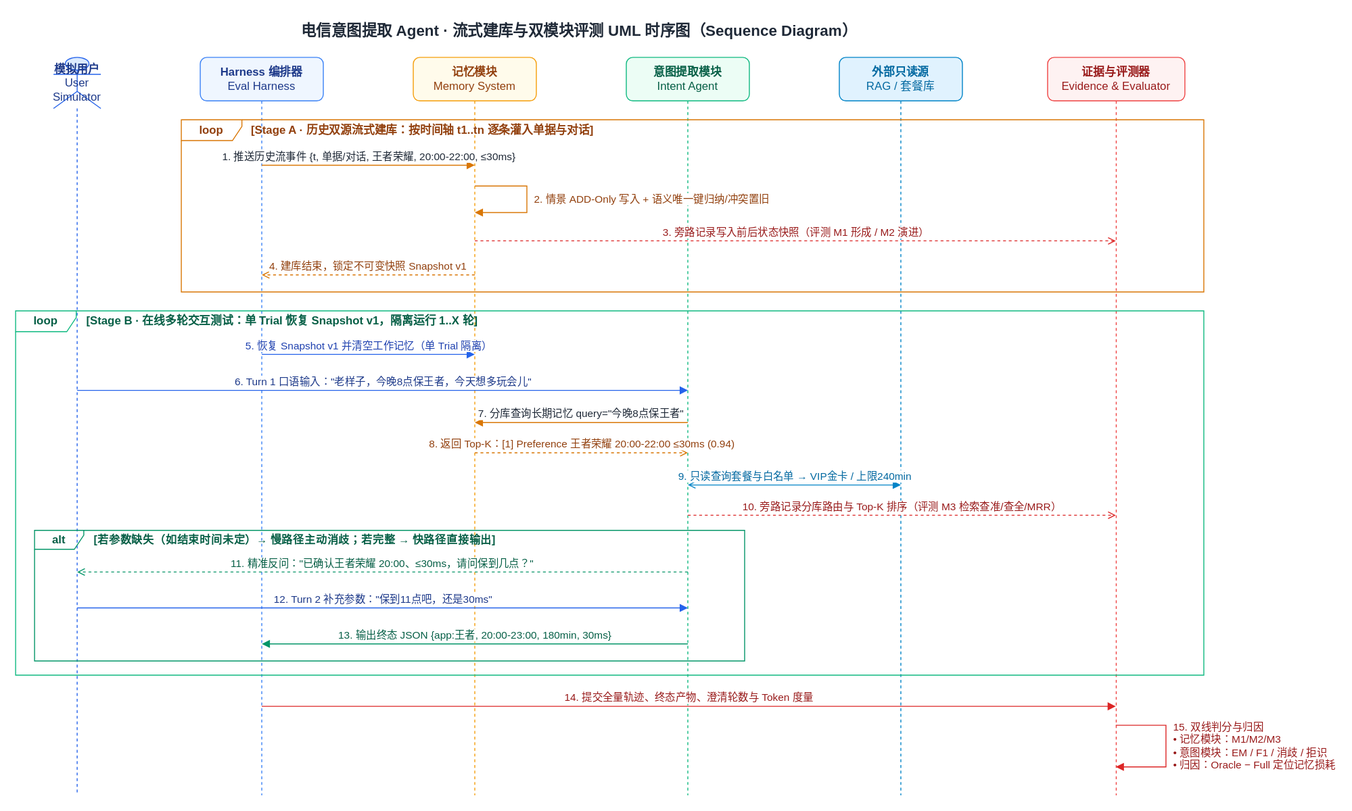
Before: slides/excalidraw_notes/drawio/eval_run_uml_sequence.drawio.svg, a diagram exported from draw.io (wangbanjin1/sharing). Source tidied: cells renumbered, new cells last; positions are measured from the earlier drawing's top-left corner, leaving out a move shared by most shapes.
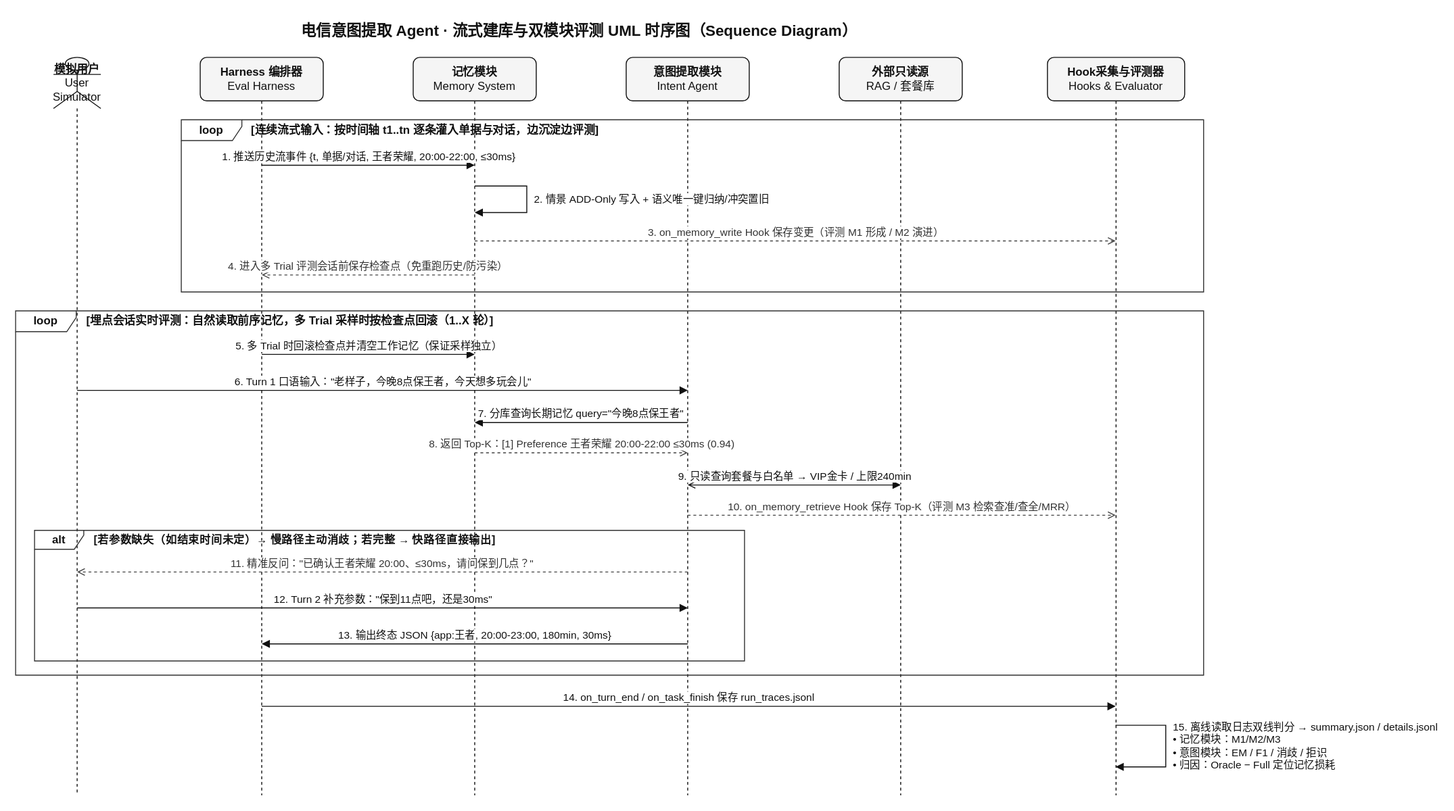
After the commit.

Commit message:
docs(eval): align Eval Run modular design with 13-item eval matrix, Hook tracing, checkpoint pass@k/pass^k, and monochrome draw.io diagrams

Change to the diagram source:
```diff
@@ -2,40 +2,40 @@
   <root>
     <mxCell id="0" />
     <mxCell id="1" parent="0" />
-    <mxCell id="2" value="&lt;b&gt;电信意图提取 Agent · 流式建库与双模块评测 UML 时序图（Sequence Diagram）&lt;/b&gt;" style="text;html=1;align=center;verticalAlign=middle;fontSize=16;fontColor=#1F2937;" parent="1" vertex="1">
+    <mxCell id="2" value="&lt;b&gt;电信意图提取 Agent · 流式建库与双模块评测 UML 时序图（Sequence Diagram）&lt;/b&gt;" style="text;html=1;align=center;verticalAlign=middle;fontSize=16;fontColor=#111111;" parent="1" vertex="1">
       <mxGeometry x="185" width="820" height="32" as="geometry" />
     </mxCell>
-    <mxCell id="3" value="&lt;b&gt;模拟用户&lt;/b&gt;&lt;br&gt;User Simulator" style="shape=umlLifeline;perimeter=lifelinePerimeter;whiteSpace=wrap;html=1;participant=umlActor;size=54;fillColor=#DBEAFE;strokeColor=#2563EB;fontColor=#1E3A8A;" parent="1" vertex="1">
+    <mxCell id="3" value="&lt;b&gt;模拟用户&lt;/b&gt;&lt;br&gt;User Simulator" style="shape=umlLifeline;perimeter=lifelinePerimeter;whiteSpace=wrap;html=1;participant=umlActor;size=54;fillColor=#F5F5F5;strokeColor=#111111;fontColor=#111111;" parent="1" vertex="1">
       <mxGeometry x="40" y="44" width="50" height="780" as="geometry" />
     </mxCell>
-    <mxCell id="4" value="&lt;b&gt;Harness 编排器&lt;/b&gt;&lt;br&gt;Eval Harness" style="shape=umlLifeline;perimeter=lifelinePerimeter;whiteSpace=wrap;html=1;size=46;rounded=1;fillColor=#EFF6FF;strokeColor=#3B82F6;fontColor=#1E3A8A;" parent="1" vertex="1">
+    <mxCell id="4" value="&lt;b&gt;Harness 编排器&lt;/b&gt;&lt;br&gt;Eval Harness" style="shape=umlLifeline;perimeter=lifelinePerimeter;whiteSpace=wrap;html=1;size=46;rounded=1;fillColor=#F5F5F5;strokeColor=#111111;fontColor=#111111;" parent="1" vertex="1">
       <mxGeometry x="195" y="44" width="130" height="780" as="geometry" />
     </mxCell>
-    <mxCell id="5" value="&lt;b&gt;记忆模块&lt;/b&gt;&lt;br&gt;Memory System" style="shape=umlLifeline;perimeter=lifelinePerimeter;whiteSpace=wrap;html=1;size=46;rounded=1;fillColor=#FFFBEB;strokeColor=#F59E0B;fontColor=#92400E;" parent="1" vertex="1">
+    <mxCell id="5" value="&lt;b&gt;记忆模块&lt;/b&gt;&lt;br&gt;Memory System" style="shape=umlLifeline;perimeter=lifelinePerimeter;whiteSpace=wrap;html=1;size=46;rounded=1;fillColor=#F5F5F5;strokeColor=#111111;fontColor=#111111;" parent="1" vertex="1">
       <mxGeometry x="420" y="44" width="130" height="780" as="geometry" />
     </mxCell>
-    <mxCell id="6" value="&lt;b&gt;意图提取模块&lt;/b&gt;&lt;br&gt;Intent Agent" style="shape=umlLifeline;perimeter=lifelinePerimeter;whiteSpace=wrap;html=1;size=46;rounded=1;fillColor=#ECFDF5;strokeColor=#10B981;fontColor=#065F46;" parent="1" vertex="1">
+    <mxCell id="6" value="&lt;b&gt;意图提取模块&lt;/b&gt;&lt;br&gt;Intent Agent" style="shape=umlLifeline;perimeter=lifelinePerimeter;whiteSpace=wrap;html=1;size=46;rounded=1;fillColor=#F5F5F5;strokeColor=#111111;fontColor=#111111;" parent="1" vertex="1">
       <mxGeometry x="645" y="44" width="130" height="780" as="geometry" />
     </mxCell>
-    <mxCell id="7" value="&lt;b&gt;外部只读源&lt;/b&gt;&lt;br&gt;RAG / 套餐库" style="shape=umlLifeline;perimeter=lifelinePerimeter;whiteSpace=wrap;html=1;size=46;rounded=1;fillColor=#E0F2FE;strokeColor=#0284C7;fontColor=#0369A1;" parent="1" vertex="1">
+    <mxCell id="7" value="&lt;b&gt;外部只读源&lt;/b&gt;&lt;br&gt;RAG / 套餐库" style="shape=umlLifeline;perimeter=lifelinePerimeter;whiteSpace=wrap;html=1;size=46;rounded=1;fillColor=#F5F5F5;strokeColor=#111111;fontColor=#111111;" parent="1" vertex="1">
       <mxGeometry x="870" y="44" width="130" height="780" as="geometry" />
     </mxCell>
-    <mxCell id="8" value="&lt;b&gt;证据与评测器&lt;/b&gt;&lt;br&gt;Evidence &amp;amp; Evaluator" style="shape=umlLifeline;perimeter=lifelinePerimeter;whiteSpace=wrap;html=1;size=46;rounded=1;fillColor=#FEF2F2;strokeColor=#EF4444;fontColor=#991B1B;" parent="1" vertex="1">
+    <mxCell id="8" value="&lt;b&gt;Hook采集与评测器&lt;/b&gt;&lt;br&gt;Hooks &amp;amp; Evaluator" style="shape=umlLifeline;perimeter=lifelinePerimeter;whiteSpace=wrap;html=1;size=46;rounded=1;fillColor=#F5F5F5;strokeColor=#111111;fontColor=#111111;" parent="1" vertex="1">
       <mxGeometry x="1090" y="44" width="145" height="780" as="geometry" />
     </mxCell>
-    <mxCell id="9" value="loop" style="shape=umlFrame;whiteSpace=wrap;html=1;width=64;height=22;fillColor=none;strokeColor=#D97706;fontColor=#92400E;fontStyle=1;" parent="1" vertex="1">
+    <mxCell id="9" value="loop" style="shape=umlFrame;whiteSpace=wrap;html=1;width=64;height=22;fillColor=none;strokeColor=#333333;fontColor=#111111;fontStyle=1;" parent="1" vertex="1">
       <mxGeometry x="175" y="110" width="1080" height="182" as="geometry" />
     </mxCell>
-    <mxCell id="10" value="&lt;b&gt;[Stage A · 历史双源流式建库：按时间轴 t1..tn 逐条灌入单据与对话]&lt;/b&gt;" style="text;html=1;align=left;verticalAlign=middle;fontSize=12;fontColor=#92400E;" parent="1" vertex="1">
+    <mxCell id="10" value="&lt;b&gt;[连续流式输入：按时间轴 t1..tn 逐条灌入单据与对话，边沉淀边评测]&lt;/b&gt;" style="text;html=1;align=left;verticalAlign=middle;fontSize=12;fontColor=#111111;" parent="1" vertex="1">
       <mxGeometry x="247" y="110" width="460" height="22" as="geometry" />
     </mxCell>
-    <mxCell id="11" value="1. 推送历史流事件 {t, 单据/对话, 王者荣耀, 20:00-22:00, ≤30ms}" style="html=1;verticalAlign=bottom;endArrow=block;curved=0;rounded=0;strokeColor=#D97706;fontColor=#1F2937;" parent="1" edge="1">
+    <mxCell id="11" value="1. 推送历史流事件 {t, 单据/对话, 王者荣耀, 20:00-22:00, ≤30ms}" style="html=1;verticalAlign=bottom;endArrow=block;curved=0;rounded=0;strokeColor=#111111;fontColor=#111111;" parent="1" edge="1">
       <mxGeometry relative="1" as="geometry">
         <mxPoint x="260" y="158" as="sourcePoint" />
         <mxPoint x="485" y="158" as="targetPoint" />
       </mxGeometry>
     </mxCell>
-    <mxCell id="12" value="2. 情景 ADD-Only 写入 + 语义唯一键归纳/冲突置旧" style="html=1;align=left;spacingLeft=6;endArrow=block;curved=0;rounded=0;strokeColor=#D97706;fontColor=#92400E;" parent="1" edge="1">
+    <mxCell id="12" value="2. 情景 ADD-Only 写入 + 语义唯一键归纳/冲突置旧" style="html=1;align=left;spacingLeft=6;endArrow=block;curved=0;rounded=0;strokeColor=#111111;fontColor=#111111;" parent="1" edge="1">
       <mxGeometry relative="1" as="geometry">
         <mxPoint x="485" y="180" as="sourcePoint" />
         <mxPoint x="485" y="208" as="targetPoint" />
@@ -45,91 +45,91 @@
         </Array>
       </mxGeometry>
     </mxCell>
-    <mxCell id="13" value="3. 旁路记录写入前后状态快照（评测 M1 形成 / M2 演进）" style="html=1;verticalAlign=bottom;endArrow=open;dashed=1;curved=0;rounded=0;strokeColor=#DC2626;fontColor=#991B1B;" parent="1" edge="1">
+    <mxCell id="13" value="3. on_memory_write Hook 保存变更（评测 M1 形成 / M2 演进）" style="html=1;verticalAlign=bottom;endArrow=open;dashed=1;curved=0;rounded=0;strokeColor=#444444;fontColor=#333333;" parent="1" edge="1">
       <mxGeometry relative="1" as="geometry">
         <mxPoint x="485" y="238" as="sourcePoint" />
         <mxPoint x="1162" y="238" as="targetPoint" />
       </mxGeometry>
     </mxCell>
-    <mxCell id="14" value="4. 建库结束，锁定不可变快照 Snapshot v1" style="html=1;verticalAlign=bottom;endArrow=open;dashed=1;curved=0;rounded=0;strokeColor=#D97706;fontColor=#92400E;" parent="1" edge="1">
+    <mxCell id="14" value="4. 进入多 Trial 评测会话前保存检查点（免重跑历史/防污染）" style="html=1;verticalAlign=bottom;endArrow=open;dashed=1;curved=0;rounded=0;strokeColor=#444444;fontColor=#333333;" parent="1" edge="1">
       <mxGeometry relative="1" as="geometry">
         <mxPoint x="485" y="274" as="sourcePoint" />
         <mxPoint x="260" y="274" as="targetPoint" />
       </mxGeometry>
     </mxCell>
-    <mxCell id="15" value="loop" style="shape=umlFrame;whiteSpace=wrap;html=1;width=64;height=22;fillColor=none;strokeColor=#10B981;fontColor=#065F46;fontStyle=1;" parent="1" vertex="1">
+    <mxCell id="15" value="loop" style="shape=umlFrame;whiteSpace=wrap;html=1;width=64;height=22;fillColor=none;strokeColor=#333333;fontColor=#111111;fontStyle=1;" parent="1" vertex="1">
       <mxGeometry y="312" width="1255" height="385" as="geometry" />
     </mxCell>
-    <mxCell id="16" value="&lt;b&gt;[Stage B · 在线多轮交互测试：单 Trial 恢复 Snapshot v1，隔离运行 1..X 轮]&lt;/b&gt;" style="text;html=1;align=left;verticalAlign=middle;fontSize=12;fontColor=#065F46;" parent="1" vertex="1">
+    <mxCell id="16" value="&lt;b&gt;[埋点会话实时评测：自然读取前序记忆，多 Trial 采样时按检查点回滚（1..X 轮）]&lt;/b&gt;" style="text;html=1;align=left;verticalAlign=middle;fontSize=12;fontColor=#111111;" parent="1" vertex="1">
       <mxGeometry x="73" y="312" width="520" height="22" as="geometry" />
     </mxCell>
-    <mxCell id="17" value="5. 恢复 Snapshot v1 并清空工作记忆（单 Trial 隔离）" style="html=1;verticalAlign=bottom;endArrow=block;curved=0;rounded=0;strokeColor=#2563EB;fontColor=#1E40AF;" parent="1" edge="1">
+    <mxCell id="17" value="5. 多 Trial 时回滚检查点并清空工作记忆（保证采样独立）" style="html=1;verticalAlign=bottom;endArrow=block;curved=0;rounded=0;strokeColor=#111111;fontColor=#111111;" parent="1" edge="1">
       <mxGeometry relative="1" as="geometry">
         <mxPoint x="260" y="358" as="sourcePoint" />
         <mxPoint x="485" y="358" as="targetPoint" />
       </mxGeometry>
     </mxCell>
-    <mxCell id="18" value="6. Turn 1 口语输入：&quot;老样子，今晚8点保王者，今天想多玩会儿&quot;" style="html=1;verticalAlign=bottom;endArrow=block;curved=0;rounded=0;strokeColor=#2563EB;fontColor=#1E3A8A;" parent="1" edge="1">
+    <mxCell id="18" value="6. Turn 1 口语输入：&quot;老样子，今晚8点保王者，今天想多玩会儿&quot;" style="html=1;verticalAlign=bottom;endArrow=block;curved=0;rounded=0;strokeColor=#111111;fontColor=#111111;" parent="1" edge="1">
       <mxGeometry relative="1" as="geometry">
         <mxPoint x="65" y="396" as="sourcePoint" />
         <mxPoint x="710" y="396" as="targetPoint" />
       </mxGeometry>
     </mxCell>
-    <mxCell id="19" value="7. 分库查询长期记忆 query=&quot;今晚8点保王者&quot;" style="html=1;verticalAlign=bottom;endArrow=block;curved=0;rounded=0;strokeColor=#D97706;fontColor=#1F2937;" parent="1" edge="1">
+    <mxCell id="19" value="7. 分库查询长期记忆 query=&quot;今晚8点保王者&quot;" style="html=1;verticalAlign=bottom;endArrow=block;curved=0;rounded=0;strokeColor=#111111;fontColor=#111111;" parent="1" edge="1">
       <mxGeometry relative="1" as="geometry">
         <mxPoint x="710" y="430" as="sourcePoint" />
         <mxPoint x="485" y="430" as="targetPoint" />
       </mxGeometry>
     </mxCell>
-    <mxCell id="20" value="8. 返回 Top-K：[1] Preference 王者荣耀 20:00-22:00 ≤30ms (0.94)" style="html=1;verticalAlign=bottom;endArrow=open;dashed=1;curved=0;rounded=0;strokeColor=#D97706;fontColor=#92400E;" parent="1" edge="1">
+    <mxCell id="20" value="8. 返回 Top-K：[1] Preference 王者荣耀 20:00-22:00 ≤30ms (0.94)" style="html=1;verticalAlign=bottom;endArrow=open;dashed=1;curved=0;rounded=0;strokeColor=#444444;fontColor=#333333;" parent="1" edge="1">
       <mxGeometry relative="1" as="geometry">
         <mxPoint x="485" y="462" as="sourcePoint" />
         <mxPoint x="710" y="462" as="targetPoint" />
       </mxGeometry>
     </mxCell>
-    <mxCell id="21" value="9. 只读查询套餐与白名单 → VIP金卡 / 上限240min" style="html=1;verticalAlign=bottom;endArrow=block;startArrow=open;curved=0;rounded=0;strokeColor=#0284C7;fontColor=#0369A1;" parent="1" edge="1">
+    <mxCell id="21" value="9. 只读查询套餐与白名单 → VIP金卡 / 上限240min" style="html=1;verticalAlign=bottom;endArrow=block;startArrow=open;curved=0;rounded=0;strokeColor=#111111;fontColor=#111111;" parent="1" edge="1">
       <mxGeometry relative="1" as="geometry">
         <mxPoint x="710" y="496" as="sourcePoint" />
         <mxPoint x="935" y="496" as="targetPoint" />
       </mxGeometry>
     </mxCell>
-    <mxCell id="22" value="10. 旁路记录分库路由与 Top-K 排序（评测 M3 检索查准/查全/MRR）" style="html=1;verticalAlign=bottom;endArrow=open;dashed=1;curved=0;rounded=0;strokeColor=#DC2626;fontColor=#991B1B;" parent="1" edge="1">
+    <mxCell id="22" value="10. on_memory_retrieve Hook 保存 Top-K（评测 M3 检索查准/查全/MRR）" style="html=1;verticalAlign=bottom;endArrow=open;dashed=1;curved=0;rounded=0;strokeColor=#444444;fontColor=#333333;" parent="1" edge="1">
       <mxGeometry relative="1" as="geometry">
         <mxPoint x="710" y="528" as="sourcePoint" />
         <mxPoint x="1162" y="528" as="targetPoint" />
       </mxGeometry>
     </mxCell>
-    <mxCell id="23" value="alt" style="shape=umlFrame;whiteSpace=wrap;html=1;width=52;height=20;fillColor=none;strokeColor=#059669;fontColor=#065F46;fontStyle=1;" parent="1" vertex="1">
+    <mxCell id="23" value="alt" style="shape=umlFrame;whiteSpace=wrap;html=1;width=52;height=20;fillColor=none;strokeColor=#333333;fontColor=#111111;fontStyle=1;" parent="1" vertex="1">
       <mxGeometry x="20" y="544" width="750" height="138" as="geometry" />
     </mxCell>
-    <mxCell id="24" value="&lt;b&gt;[若参数缺失（如结束时间未定）→ 慢路径主动消歧；若完整 → 快路径直接输出]&lt;/b&gt;" style="text;html=1;align=left;verticalAlign=middle;fontSize=11.5;fontColor=#065F46;" parent="1" vertex="1">
+    <mxCell id="24" value="&lt;b&gt;[若参数缺失（如结束时间未定）→ 慢路径主动消歧；若完整 → 快路径直接输出]&lt;/b&gt;" style="text;html=1;align=left;verticalAlign=middle;fontSize=11.5;fontColor=#111111;" parent="1" vertex="1">
       <mxGeometry x="81" y="544" width="500" height="20" as="geometry" />
     </mxCell>
-    <mxCell id="25" value="11. 精准反问：&quot;已确认王者荣耀 20:00、≤30ms，请问保到几点？&quot;" style="html=1;verticalAlign=bottom;endArrow=open;dashed=1;curved=0;rounded=0;strokeColor=#059669;fontColor=#065F46;" parent="1" edge="1">
+    <mxCell id="25" value="11. 精准反问：&quot;已确认王者荣耀 20:00、≤30ms，请问保到几点？&quot;" style="html=1;verticalAlign=bottom;endArrow=open;dashed=1;curved=0;rounded=0;strokeColor=#444444;fontColor=#333333;" parent="1" edge="1">
       <mxGeometry relative="1" as="geometry">
         <mxPoint x="710" y="588" as="sourcePoint" />
         <mxPoint x="65" y="588" as="targetPoint" />
       </mxGeometry>
     </mxCell>
-    <mxCell id="26" value="12. Turn 2 补充参数：&quot;保到11点吧，还是30ms&quot;" style="html=1;verticalAlign=bottom;endArrow=block;curved=0;rounded=0;strokeColor=#2563EB;fontColor=#1E3A8A;" parent="1" edge="1">
+    <mxCell id="26" value="12. Turn 2 补充参数：&quot;保到11点吧，还是30ms&quot;" style="html=1;verticalAlign=bottom;endArrow=block;curved=0;rounded=0;strokeColor=#111111;fontColor=#111111;" parent="1" edge="1">
       <mxGeometry relative="1" as="geometry">
         <mxPoint x="65" y="626" as="sourcePoint" />
         <mxPoint x="710" y="626" as="targetPoint" />
       </mxGeometry>
     </mxCell>
-    <mxCell id="27" value="13. 输出终态 JSON {app:王者, 20:00-23:00, 180min, 30ms}" style="html=1;verticalAlign=bottom;endArrow=block;curved=0;rounded=0;strokeColor=#059669;fontColor=#065F46;" parent="1" edge="1">
+    <mxCell id="27" value="13. 输出终态 JSON {app:王者, 20:00-23:00, 180min, 30ms}" style="html=1;verticalAlign=bottom;endArrow=block;curved=0;rounded=0;strokeColor=#111111;fontColor=#111111;" parent="1" edge="1">
       <mxGeometry relative="1" as="geometry">
         <mxPoint x="710" y="664" as="sourcePoint" />
         <mxPoint x="260" y="664" as="targetPoint" />
       </mxGeometry>
     </mxCell>
-    <mxCell id="28" value="14. 提交全量轨迹、终态产物、澄清轮数与 Token 度量" style="html=1;verticalAlign=bottom;endArrow=block;curved=0;rounded=0;strokeColor=#DC2626;fontColor=#991B1B;" parent="1" edge="1">
+    <mxCell id="28" value="14. on_turn_end / on_task_finish 保存 run_traces.jsonl" style="html=1;verticalAlign=bottom;endArrow=block;curved=0;rounded=0;strokeColor=#111111;fontColor=#111111;" parent="1" edge="1">
       <mxGeometry relative="1" as="geometry">
         <mxPoint x="260" y="730" as="sourcePoint" />
         <mxPoint x="1162" y="730" as="targetPoint" />
       </mxGeometry>
     </mxCell>
-    <mxCell id="29" value="15. 双线判分与归因&lt;br&gt;• 记忆模块：M1/M2/M3&lt;br&gt;• 意图模块：EM / F1 / 消歧 / 拒识&lt;br&gt;• 归因：Oracle − Full 定位记忆损耗" style="html=1;align=left;spacingLeft=6;endArrow=block;curved=0;rounded=0;strokeColor=#DC2626;fontColor=#991B1B;" parent="1" edge="1">
+    <mxCell id="29" value="15. 离线读取日志双线判分 → summary.json / details.jsonl&lt;br&gt;• 记忆模块：M1/M2/M3&lt;br&gt;• 意图模块：EM / F1 / 消歧 / 拒识&lt;br&gt;• 归因：Oracle − Full 定位记忆损耗" style="html=1;align=left;spacingLeft=6;endArrow=block;curved=0;rounded=0;strokeColor=#111111;fontColor=#111111;" parent="1" edge="1">
       <mxGeometry relative="1" as="geometry">
         <mxPoint x="1162" y="750" as="sourcePoint" />
         <mxPoint x="1162" y="794" as="targetPoint" />
```
